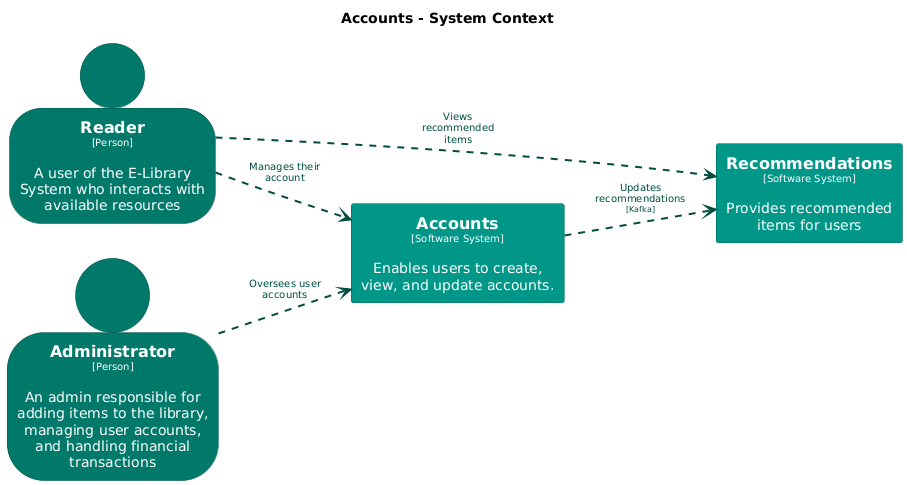
The PlantUML diagram main/png/SystemContext-001.png in Goodmorning918/E-Library-Architecture, before a commit.
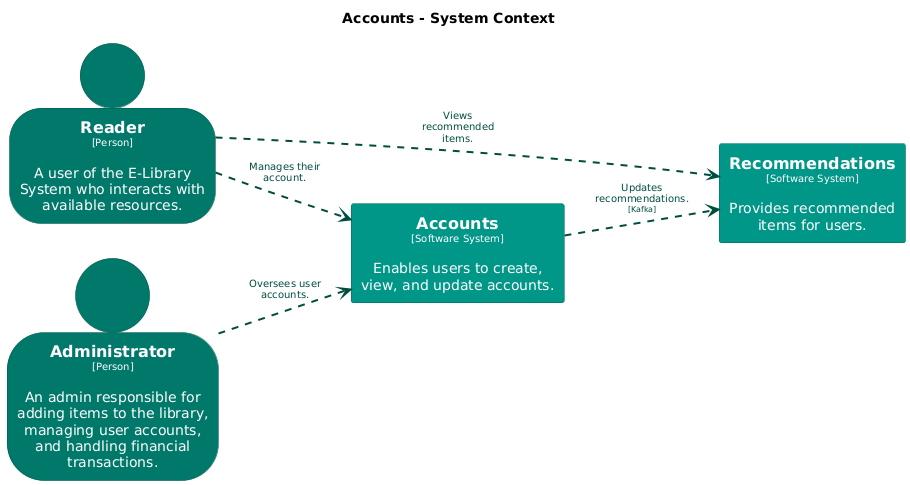
Above is the later version.

What changed in the source:
```diff
@@ -38,13 +38,13 @@
   shadowing false
 }
 
-person "==Reader\n<size:10>[Person]</size>\n\nA user of the E-Library System who interacts with available resources" <<Reader>> as Reader
-rectangle "==Recommendations\n<size:10>[Software System]</size>\n\nProvides recommended items for users" <<Recommendations>> as Recommendations
-person "==Administrator\n<size:10>[Person]</size>\n\nAn admin responsible for adding items to the library, managing user accounts, and handling financial transactions" <<Administrator>> as Administrator
+person "==Reader\n<size:10>[Person]</size>\n\nA user of the E-Library System who interacts with available resources." <<Reader>> as Reader
+rectangle "==Recommendations\n<size:10>[Software System]</size>\n\nProvides recommended items for users." <<Recommendations>> as Recommendations
+person "==Administrator\n<size:10>[Person]</size>\n\nAn admin responsible for adding items to the library, managing user accounts, and handling financial transactions." <<Administrator>> as Administrator
 rectangle "==Accounts\n<size:10>[Software System]</size>\n\nEnables users to create, view, and update accounts." <<Accounts>> as Accounts
 
-Reader .[#004d40,thickness=2].> Accounts : "<color:#004d40>Manages their account"
-Reader .[#004d40,thickness=2].> Recommendations : "<color:#004d40>Views recommended items"
-Administrator .[#004d40,thickness=2].> Accounts : "<color:#004d40>Oversees user accounts"
-Accounts .[#004d40,thickness=2].> Recommendations : "<color:#004d40>Updates recommendations\n<color:#004d40><size:8>[Kafka]</size>"
+Reader .[#004d40,thickness=2].> Accounts : "<color:#004d40>Manages their account."
+Reader .[#004d40,thickness=2].> Recommendations : "<color:#004d40>Views recommended items."
+Administrator .[#004d40,thickness=2].> Accounts : "<color:#004d40>Oversees user accounts."
+Accounts .[#004d40,thickness=2].> Recommendations : "<color:#004d40>Updates recommendations.\n<color:#004d40><size:8>[Kafka]</size>"
 @enduml
```
